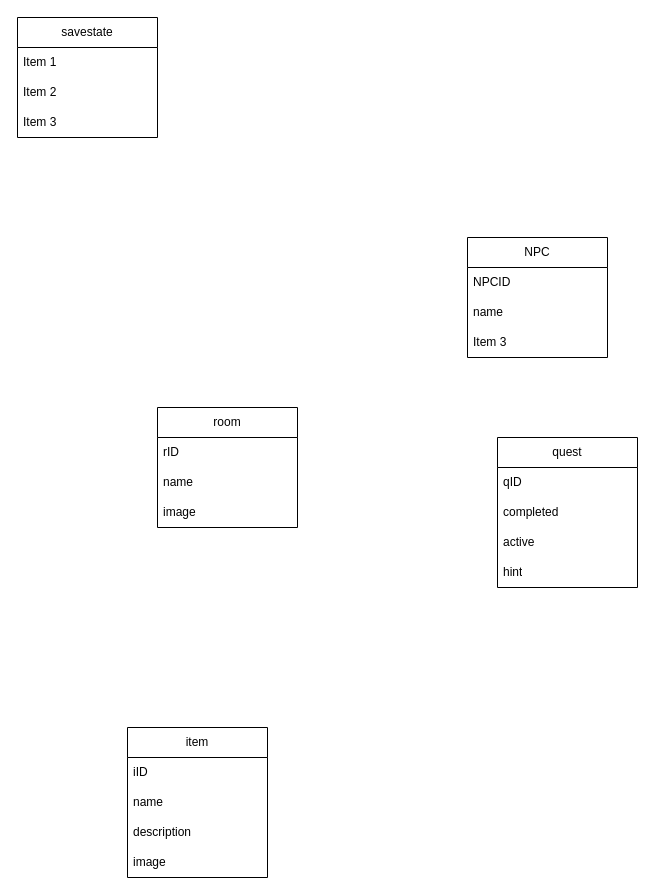
Earlier version of the draw.io diagram gamebook.drawio (pslib-cz/2024-p3a-web-gamebook-vasak-zbehlik). Source tidied: cells renumbered, new cells numbered last; positions are measured from the earlier drawing's top-left corner, leaving out a move shared by most shapes. Both pictures are drawn from the tidied source at 100%, with x=0, y=0 at pixel (17, 17).
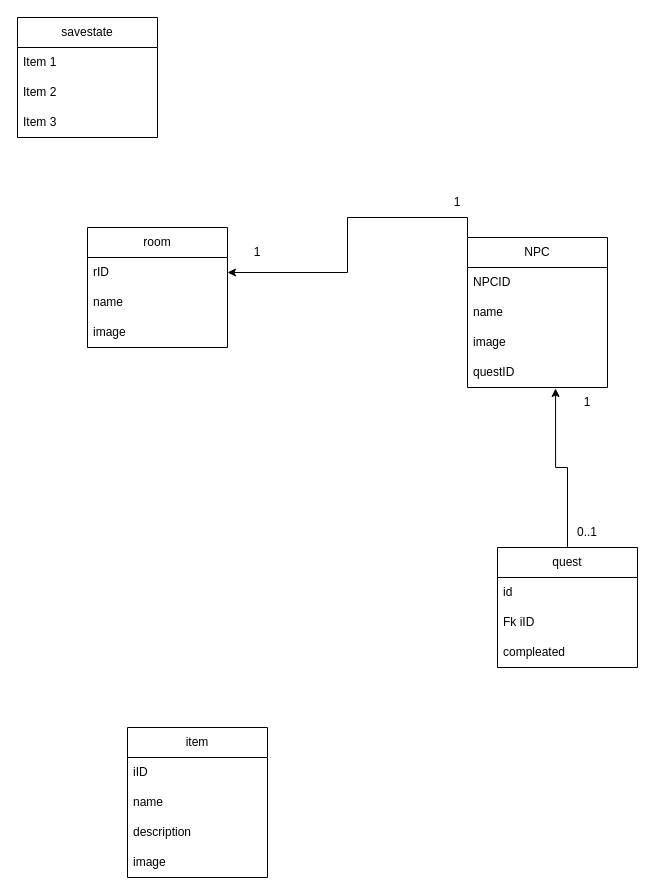
After the change.

Unchanged cells that the change refers to:
```xml
<mxCell id="7" value="rID" style="text;strokeColor=none;fillColor=none;align=left;verticalAlign=middle;spacingLeft=4;spacingRight=4;overflow=hidden;points=[[0,0.5],[1,0.5]];portConstraint=eastwest;whiteSpace=wrap;html=1;" parent="6" vertex="1">
  <mxGeometry y="30" width="140" height="30" as="geometry" />
</mxCell>
```

The edit, as a diff of the source:
```diff
@@
     <mxCell id="6" value="room" style="swimlane;fontStyle=0;horizontal=1;startSize=30;whiteSpace=wrap;html=1;" parent="1" vertex="1">
-      <mxGeometry x="140" y="390" width="140" height="120" as="geometry" />
+      <mxGeometry x="70" y="210" width="140" height="120" as="geometry" />
     </mxCell>
@@
+    <mxCell id="24" style="edgeStyle=orthogonalEdgeStyle;rounded=0;jettySize=auto;html=1;exitX=0;exitY=0;exitDx=0;exitDy=0;entryX=1;entryY=0.5;entryDx=0;entryDy=0;" parent="1" edge="1" source="10" target="7">
+      <mxGeometry relative="1" as="geometry" />
+    </mxCell>
     <mxCell id="10" value="NPC" style="swimlane;fontStyle=0;horizontal=1;startSize=30;whiteSpace=wrap;html=1;" parent="1" vertex="1">
-      <mxGeometry x="450" y="220" width="140" height="120" as="geometry" />
+      <mxGeometry x="450" y="220" width="140" height="150" as="geometry" />
     </mxCell>
@@
-    <mxCell id="13" value="Item 3" style="text;strokeColor=none;fillColor=none;align=left;verticalAlign=middle;spacingLeft=4;spacingRight=4;overflow=hidden;whiteSpace=wrap;html=1;" parent="10" vertex="1">
+    <mxCell id="13" value="image" style="text;strokeColor=none;fillColor=none;align=left;verticalAlign=middle;spacingLeft=4;spacingRight=4;overflow=hidden;whiteSpace=wrap;html=1;" parent="10" vertex="1">
       <mxGeometry y="90" width="140" height="30" as="geometry" />
     </mxCell>
-    <mxCell id="14" value="quest" style="swimlane;fontStyle=0;horizontal=1;startSize=30;whiteSpace=wrap;html=1;" parent="1" vertex="1">
-      <mxGeometry x="480" y="420" width="140" height="150" as="geometry" />
-    </mxCell>
-    <mxCell id="15" value="qID" style="text;strokeColor=none;fillColor=none;align=left;verticalAlign=middle;spacingLeft=4;spacingRight=4;overflow=hidden;whiteSpace=wrap;html=1;" parent="14" vertex="1">
-      <mxGeometry y="30" width="140" height="30" as="geometry" />
-    </mxCell>
-    <mxCell id="16" value="completed" style="text;strokeColor=none;fillColor=none;align=left;verticalAlign=middle;spacingLeft=4;spacingRight=4;overflow=hidden;whiteSpace=wrap;html=1;" parent="14" vertex="1">
-      <mxGeometry y="60" width="140" height="30" as="geometry" />
-    </mxCell>
-    <mxCell id="17" value="active" style="text;strokeColor=none;fillColor=none;align=left;verticalAlign=middle;spacingLeft=4;spacingRight=4;overflow=hidden;whiteSpace=wrap;html=1;" parent="14" vertex="1">
-      <mxGeometry y="90" width="140" height="30" as="geometry" />
-    </mxCell>
-    <mxCell id="18" value="hint" style="text;strokeColor=none;fillColor=none;align=left;verticalAlign=middle;spacingLeft=4;spacingRight=4;overflow=hidden;whiteSpace=wrap;html=1;" parent="14" vertex="1">
-      <mxGeometry y="120" width="140" height="30" as="geometry" />
-    </mxCell>
+    <mxCell id="25" value="questID" style="text;strokeColor=none;fillColor=none;align=left;verticalAlign=middle;spacingLeft=4;spacingRight=4;overflow=hidden;points=[[0,0.5],[1,0.5]];portConstraint=eastwest;whiteSpace=wrap;html=1;" parent="10" vertex="1">
+      <mxGeometry y="120" width="140" height="30" as="geometry" />
+    </mxCell>
@@
+    <mxCell id="14" value="quest" style="swimlane;fontStyle=0;horizontal=1;startSize=30;whiteSpace=wrap;html=1;" parent="1" vertex="1">
+      <mxGeometry x="480" y="530" width="140" height="120" as="geometry" />
+    </mxCell>
+    <mxCell id="26" value="id" style="text;strokeColor=none;fillColor=none;align=left;verticalAlign=middle;spacingLeft=4;spacingRight=4;overflow=hidden;whiteSpace=wrap;html=1;" parent="14" vertex="1">
+      <mxGeometry y="30" width="140" height="30" as="geometry" />
+    </mxCell>
+    <mxCell id="27" value="Fk iID" style="text;strokeColor=none;fillColor=none;align=left;verticalAlign=middle;spacingLeft=4;spacingRight=4;overflow=hidden;whiteSpace=wrap;html=1;" parent="14" vertex="1">
+      <mxGeometry y="60" width="140" height="30" as="geometry" />
+    </mxCell>
+    <mxCell id="28" value="compleated" style="text;strokeColor=none;fillColor=none;align=left;verticalAlign=middle;spacingLeft=4;spacingRight=4;overflow=hidden;whiteSpace=wrap;html=1;" parent="14" vertex="1">
+      <mxGeometry y="90" width="140" height="30" as="geometry" />
+    </mxCell>
+    <mxCell id="29" style="edgeStyle=orthogonalEdgeStyle;rounded=0;jettySize=auto;html=1;exitX=0.5;exitY=0;exitDx=0;exitDy=0;entryX=0.629;entryY=1.033;entryDx=0;entryDy=0;entryPerimeter=0;" parent="1" edge="1" source="14" target="25">
+      <mxGeometry relative="1" as="geometry" />
+    </mxCell>
+    <mxCell id="30" value="1" style="text;html=1;align=center;verticalAlign=middle;whiteSpace=wrap;rounded=0;" parent="1" vertex="1">
+      <mxGeometry x="540" y="370" width="60" height="30" as="geometry" />
+    </mxCell>
+    <mxCell id="31" value="0..1" style="text;html=1;align=center;verticalAlign=middle;whiteSpace=wrap;rounded=0;" parent="1" vertex="1">
+      <mxGeometry x="540" y="500" width="60" height="30" as="geometry" />
+    </mxCell>
+    <mxCell id="32" value="1" style="text;html=1;align=center;verticalAlign=middle;whiteSpace=wrap;rounded=0;" parent="1" vertex="1">
+      <mxGeometry x="210" y="220" width="60" height="30" as="geometry" />
+    </mxCell>
+    <mxCell id="33" value="1" style="text;html=1;align=center;verticalAlign=middle;whiteSpace=wrap;rounded=0;" parent="1" vertex="1">
+      <mxGeometry x="410" y="170" width="60" height="30" as="geometry" />
+    </mxCell>
```
